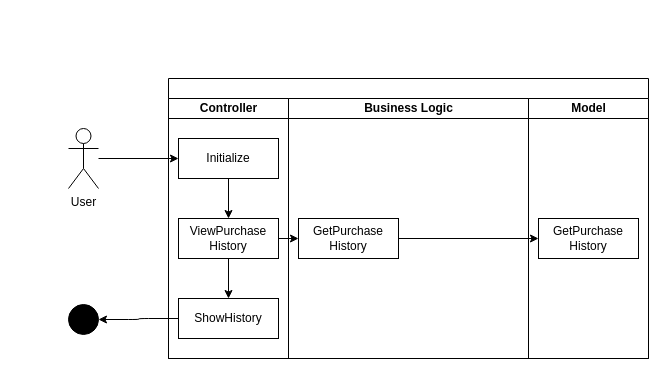
The draw.io diagram diagrams/ASD/ViewPurchaseHistory.drawio in JochemGrootherder/educom-webshop-runtime-records, before the edit. Source tidied: cells renumbered, new cells numbered last; positions are measured from the earlier drawing's top-left corner, leaving out a move shared by most shapes. Both pictures are drawn from the tidied source at 100%, with x=0, y=0 at pixel (68, 78).
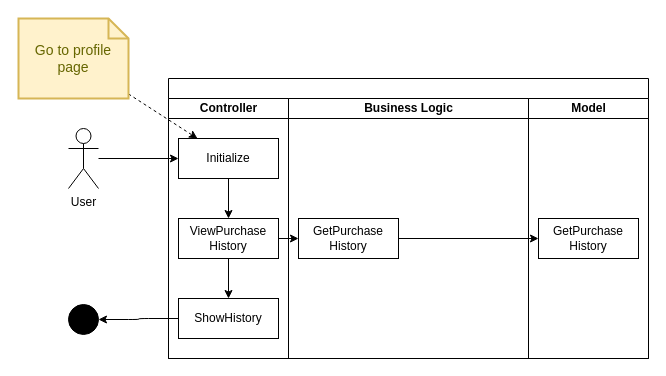
The same page after the edit.

The edit, as a diff of the source:
```diff
@@
+    <mxCell id="19" style="edgeStyle=none;html=1;dashed=1;" parent="1" edge="1" source="20">
+      <mxGeometry relative="1" as="geometry">
+        <mxPoint x="129" y="60" as="targetPoint" />
+      </mxGeometry>
+    </mxCell>
+    <mxCell id="20" value="Go to profile page" style="shape=note;strokeWidth=2;fontSize=14;size=20;whiteSpace=wrap;html=1;fillColor=#fff2cc;strokeColor=#d6b656;fontColor=#666600;" parent="1" vertex="1">
+      <mxGeometry x="-50" y="-60" width="110" height="80" as="geometry" />
+    </mxCell>
```
